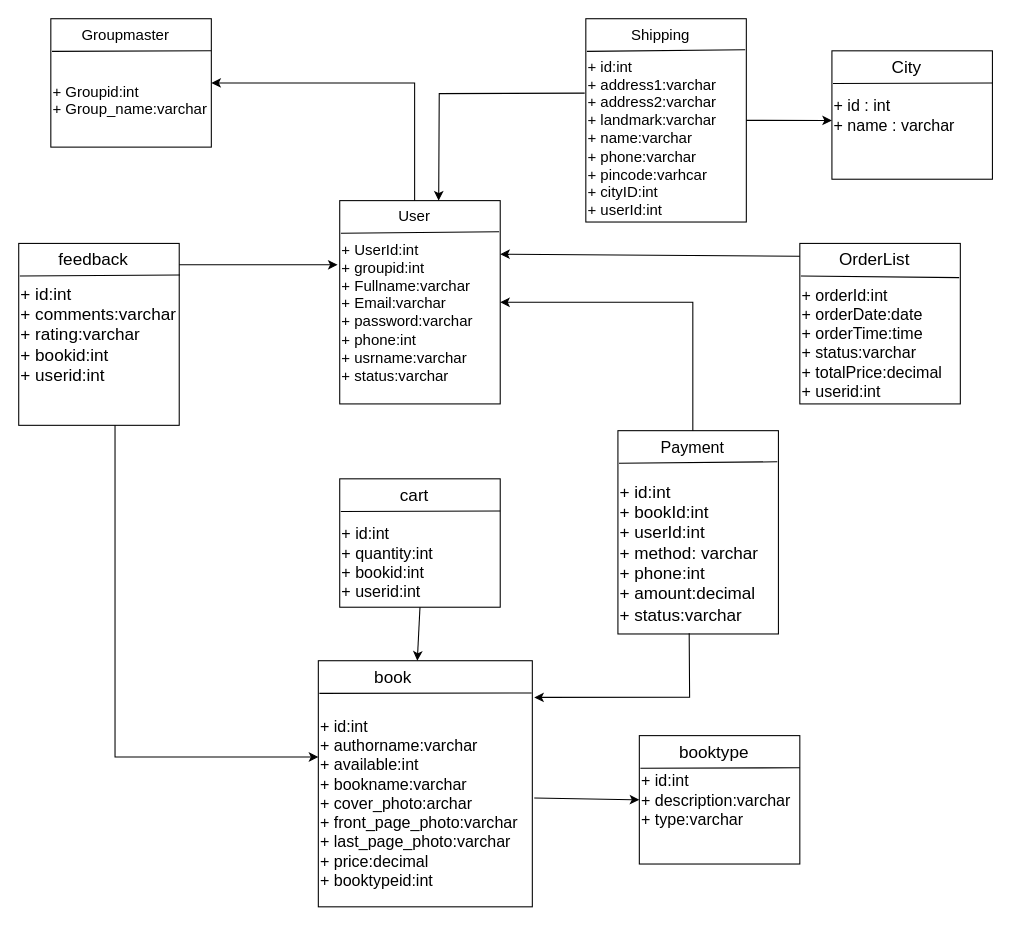
The draw.io diagram BookStore/digrams/classdiagram.drawio in khushipatel2708/OnlineBookStore, before the edit. Source tidied: cells renumbered, new cells numbered last; positions are measured from the earlier drawing's top-left corner, leaving out a move shared by most shapes. Both pictures are drawn from the tidied source at 107%, with x=0, y=0 at pixel (18, 18).
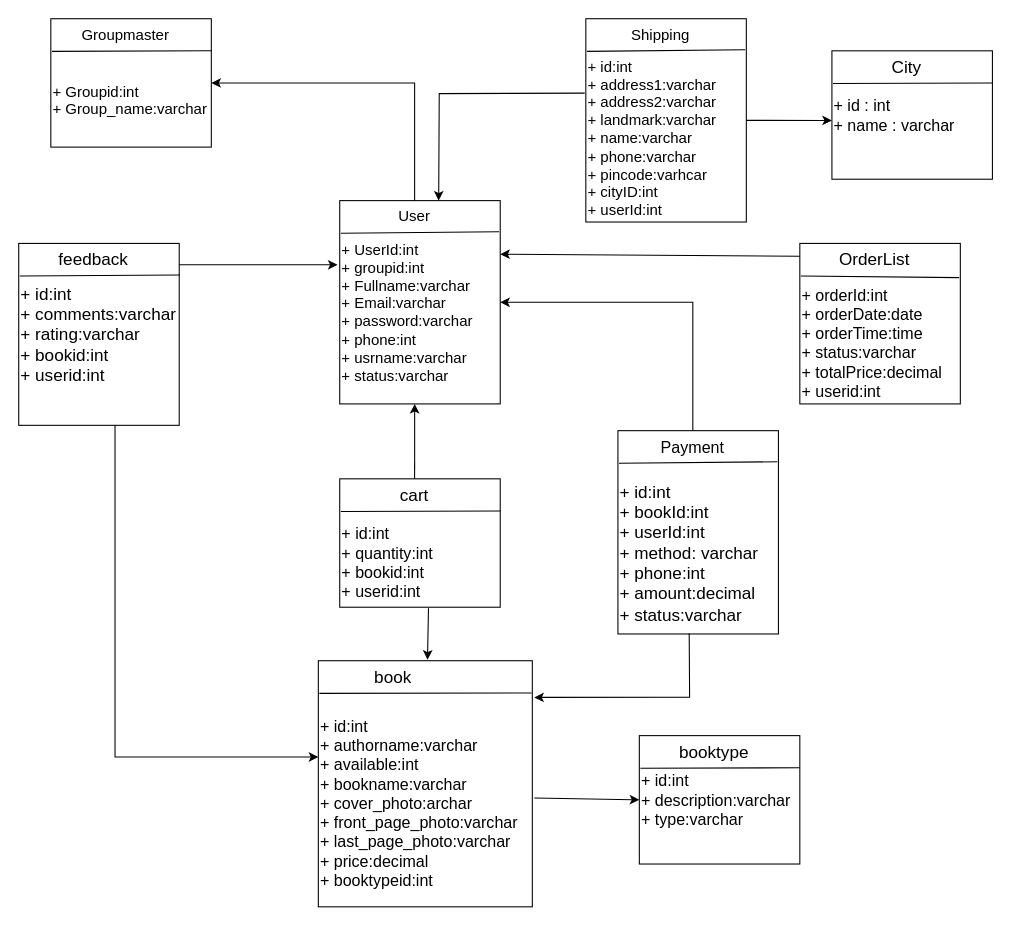
Above is the later version.

Unchanged cells that the change refers to:
```xml
<mxCell id="5" value="&lt;div&gt;&lt;font style=&quot;font-size: 14px;&quot;&gt;&lt;br&gt;&lt;/font&gt;&lt;/div&gt;&lt;div&gt;&lt;font style=&quot;font-size: 14px;&quot;&gt;&lt;br&gt;&lt;/font&gt;&lt;/div&gt;&lt;font style=&quot;font-size: 14px;&quot;&gt;+ UserId:int&lt;/font&gt;&lt;div&gt;&lt;font style=&quot;font-size: 14px;&quot;&gt;+ groupid:int&lt;br&gt;&lt;/font&gt;&lt;div&gt;&lt;font style=&quot;font-size: 14px;&quot;&gt;+ Fullname:varchar&lt;/font&gt;&lt;/div&gt;&lt;div&gt;&lt;font style=&quot;font-size: 14px;&quot;&gt;+ Email:varchar&lt;/font&gt;&lt;/div&gt;&lt;div&gt;&lt;font style=&quot;font-size: 14px;&quot;&gt;+ password:varchar&lt;/font&gt;&lt;/div&gt;&lt;div&gt;&lt;font style=&quot;font-size: 14px;&quot;&gt;+ phone:int&lt;/font&gt;&lt;/div&gt;&lt;div&gt;&lt;font style=&quot;font-size: 14px;&quot;&gt;+ usrname:varchar&lt;/font&gt;&lt;/div&gt;&lt;div&gt;&lt;font style=&quot;font-size: 14px;&quot;&gt;+ status:varchar&lt;/font&gt;&lt;/div&gt;&lt;div&gt;&lt;br&gt;&lt;/div&gt;&lt;/div&gt;" style="rounded=0;whiteSpace=wrap;html=1;align=left;" parent="1" vertex="1">
  <mxGeometry x="300" y="170" width="150" height="190" as="geometry" />
</mxCell>
<mxCell id="14" value="&lt;div&gt;&lt;font style=&quot;font-size: 15px;&quot;&gt;&lt;br&gt;&lt;/font&gt;&lt;/div&gt;&lt;div&gt;&lt;font style=&quot;font-size: 15px;&quot;&gt;&lt;br&gt;&lt;/font&gt;&lt;/div&gt;&lt;font style=&quot;font-size: 15px;&quot;&gt;+ id:int&lt;/font&gt;&lt;div&gt;&lt;font style=&quot;font-size: 15px;&quot;&gt;+&amp;nbsp;&lt;span style=&quot;background-color: transparent;&quot;&gt;quantity:int&lt;/span&gt;&lt;/font&gt;&lt;/div&gt;&lt;div&gt;&lt;span style=&quot;background-color: transparent;&quot;&gt;&lt;font style=&quot;font-size: 15px;&quot;&gt;+ bookid:int&lt;/font&gt;&lt;/span&gt;&lt;/div&gt;&lt;div&gt;&lt;span style=&quot;background-color: transparent;&quot;&gt;&lt;font style=&quot;font-size: 15px;&quot;&gt;+ userid:int&lt;/font&gt;&lt;/span&gt;&lt;/div&gt;" style="rounded=0;whiteSpace=wrap;html=1;align=left;" parent="1" vertex="1">
  <mxGeometry x="300" y="430" width="150" height="120" as="geometry" />
</mxCell>
<mxCell id="22" value="&lt;font style=&quot;font-size: 16px;&quot;&gt;book&lt;/font&gt;" style="text;html=1;whiteSpace=wrap;strokeColor=none;fillColor=none;align=center;verticalAlign=middle;rounded=0;" parent="1" vertex="1">
  <mxGeometry x="305" y="600" width="90" height="30" as="geometry" />
</mxCell>
```

Change to the diagram source:
```diff
@@
-    <mxCell id="24" style="endArrow=classic;html=1;rounded=0;entryX=0.75;entryY=0;entryDx=0;entryDy=0;exitX=0.5;exitY=1;exitDx=0;exitDy=0;" parent="1" edge="1" source="14" target="22">
+    <mxCell id="24" style="endArrow=classic;html=1;rounded=0;entryX=0.856;entryY=-0.033;entryDx=0;entryDy=0;exitX=0.553;exitY=1.008;exitDx=0;exitDy=0;entryPerimeter=0;exitPerimeter=0;" parent="1" edge="1" source="14" target="22">
       <mxGeometry relative="1" as="geometry" />
     </mxCell>
@@
+    <mxCell id="42" style="endArrow=classic;html=1;rounded=0;entryX=0.467;entryY=1;entryDx=0;entryDy=0;entryPerimeter=0;" parent="1" edge="1" target="5">
+      <mxGeometry relative="1" as="geometry">
+        <mxPoint x="370" y="430" as="sourcePoint" />
+      </mxGeometry>
+    </mxCell>
```
